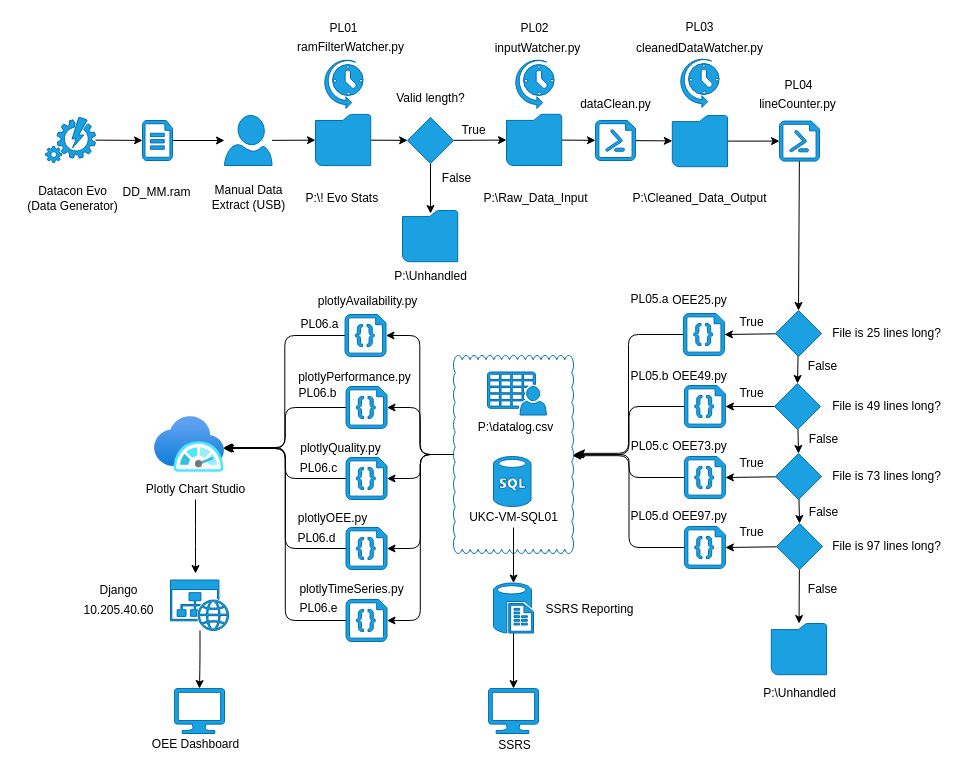
The draw.io diagram architecture.drawio in JamesB-lab/OEE_DASHBOARD, before the edit. Source tidied: cells renumbered, new cells numbered last; positions are measured from the earlier drawing's top-left corner, leaving out a move shared by most shapes. Both pictures are drawn from the tidied source at 100%, with x=0, y=0 at pixel (17, 17).
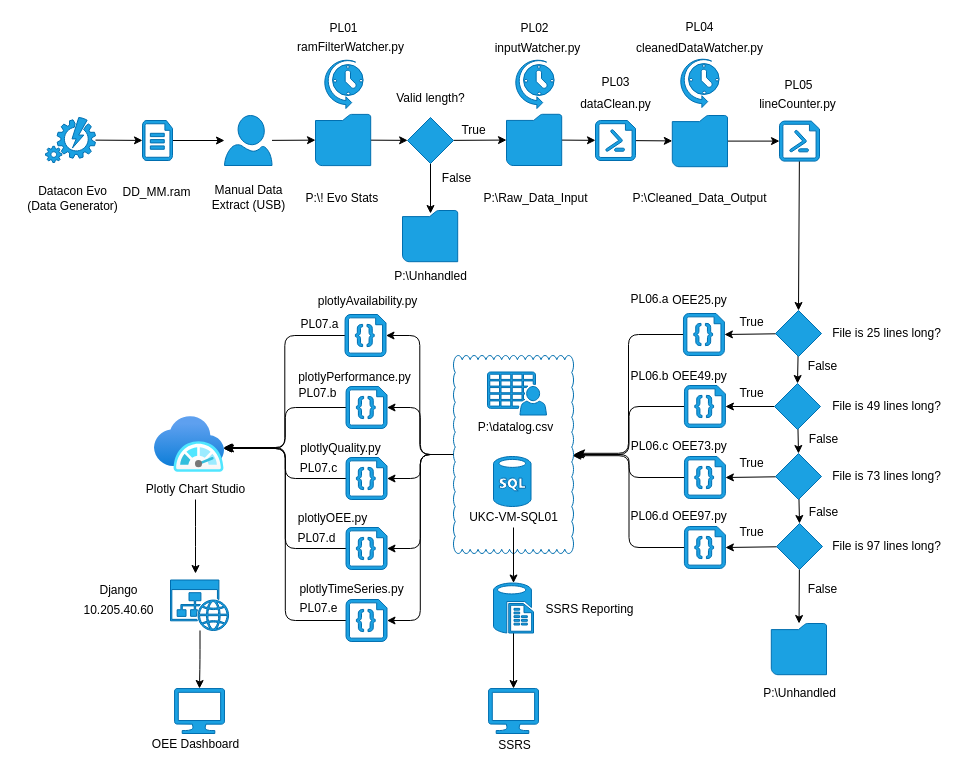
After the change.

Change to the diagram source:
```diff
@@
-    <mxCell id="117" value="PL03" style="text;html=1;align=center;verticalAlign=middle;fillColor=none;strokeColor=none;rounded=0;" parent="1" vertex="1">
+    <mxCell id="117" value="PL04" style="text;html=1;align=center;verticalAlign=middle;fillColor=none;strokeColor=none;rounded=0;" parent="1" vertex="1">
       <mxGeometry x="661.6" width="40" height="20" as="geometry" />
     </mxCell>
-    <mxCell id="118" value="PL04" style="text;html=1;align=center;verticalAlign=middle;fillColor=none;strokeColor=none;rounded=0;" parent="1" vertex="1">
+    <mxCell id="118" value="PL05" style="text;html=1;align=center;verticalAlign=middle;fillColor=none;strokeColor=none;rounded=0;" parent="1" vertex="1">
       <mxGeometry x="761" y="58" width="40" height="20" as="geometry" />
     </mxCell>
-    <mxCell id="119" value="PL05.a" style="text;html=1;align=center;verticalAlign=middle;fillColor=none;strokeColor=none;rounded=0;" parent="1" vertex="1">
+    <mxCell id="119" value="PL06.a" style="text;html=1;align=center;verticalAlign=middle;fillColor=none;strokeColor=none;rounded=0;" parent="1" vertex="1">
       <mxGeometry x="607" y="272" width="50" height="20" as="geometry" />
     </mxCell>
-    <mxCell id="120" value="PL05.b" style="text;html=1;align=center;verticalAlign=middle;fillColor=none;strokeColor=none;rounded=0;" parent="1" vertex="1">
+    <mxCell id="120" value="PL06.b" style="text;html=1;align=center;verticalAlign=middle;fillColor=none;strokeColor=none;rounded=0;" parent="1" vertex="1">
       <mxGeometry x="606.6" y="349" width="50" height="20" as="geometry" />
     </mxCell>
-    <mxCell id="121" value="PL05.c" style="text;html=1;align=center;verticalAlign=middle;fillColor=none;strokeColor=none;rounded=0;" parent="1" vertex="1">
+    <mxCell id="121" value="PL06.c" style="text;html=1;align=center;verticalAlign=middle;fillColor=none;strokeColor=none;rounded=0;" parent="1" vertex="1">
       <mxGeometry x="606.6" y="419" width="50" height="20" as="geometry" />
     </mxCell>
-    <mxCell id="122" value="PL05.d" style="text;html=1;align=center;verticalAlign=middle;fillColor=none;strokeColor=none;rounded=0;" parent="1" vertex="1">
+    <mxCell id="122" value="PL06.d" style="text;html=1;align=center;verticalAlign=middle;fillColor=none;strokeColor=none;rounded=0;" parent="1" vertex="1">
       <mxGeometry x="607" y="489" width="50" height="20" as="geometry" />
     </mxCell>
-    <mxCell id="123" value="PL06.a" style="text;html=1;align=center;verticalAlign=middle;fillColor=none;strokeColor=none;rounded=0;" parent="1" vertex="1">
+    <mxCell id="123" value="PL07.a" style="text;html=1;align=center;verticalAlign=middle;fillColor=none;strokeColor=none;rounded=0;" parent="1" vertex="1">
       <mxGeometry x="277" y="297" width="50" height="20" as="geometry" />
     </mxCell>
-    <mxCell id="124" value="PL06.b" style="text;html=1;align=center;verticalAlign=middle;fillColor=none;strokeColor=none;rounded=0;" parent="1" vertex="1">
+    <mxCell id="124" value="PL07.b" style="text;html=1;align=center;verticalAlign=middle;fillColor=none;strokeColor=none;rounded=0;" parent="1" vertex="1">
       <mxGeometry x="274.5" y="366" width="50" height="20" as="geometry" />
     </mxCell>
-    <mxCell id="125" value="PL06.c" style="text;html=1;align=center;verticalAlign=middle;fillColor=none;strokeColor=none;rounded=0;" parent="1" vertex="1">
+    <mxCell id="125" value="PL07.c" style="text;html=1;align=center;verticalAlign=middle;fillColor=none;strokeColor=none;rounded=0;" parent="1" vertex="1">
       <mxGeometry x="275.6" y="441" width="50" height="20" as="geometry" />
     </mxCell>
-    <mxCell id="126" value="PL06.d" style="text;html=1;align=center;verticalAlign=middle;fillColor=none;strokeColor=none;rounded=0;" parent="1" vertex="1">
+    <mxCell id="126" value="PL07.d" style="text;html=1;align=center;verticalAlign=middle;fillColor=none;strokeColor=none;rounded=0;" parent="1" vertex="1">
       <mxGeometry x="273.8" y="511" width="50" height="20" as="geometry" />
     </mxCell>
@@
-    <mxCell id="129" value="PL06.e" style="text;html=1;align=center;verticalAlign=middle;fillColor=none;strokeColor=none;rounded=0;" parent="1" vertex="1">
+    <mxCell id="129" value="PL07.e" style="text;html=1;align=center;verticalAlign=middle;fillColor=none;strokeColor=none;rounded=0;" parent="1" vertex="1">
       <mxGeometry x="275.5" y="581" width="50" height="20" as="geometry" />
     </mxCell>
@@
+    <mxCell id="131" value="PL03" style="text;html=1;align=center;verticalAlign=middle;fillColor=none;strokeColor=none;rounded=0;" parent="1" vertex="1">
+      <mxGeometry x="578" y="55" width="40" height="20" as="geometry" />
+    </mxCell>
```
